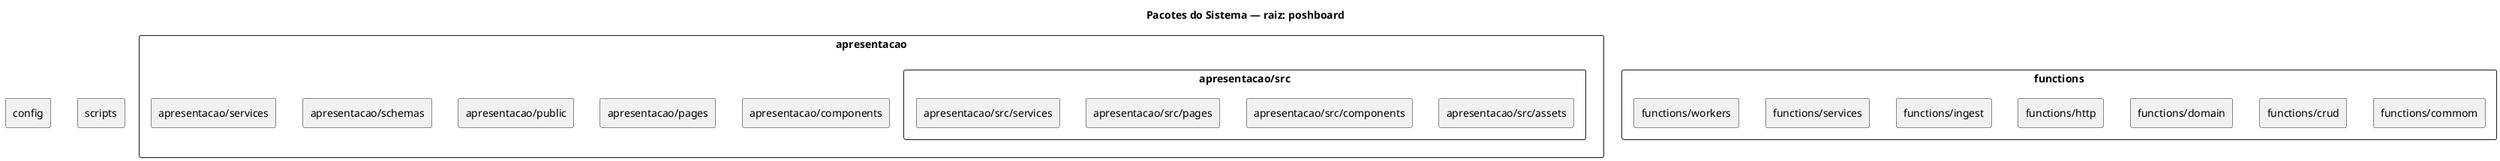
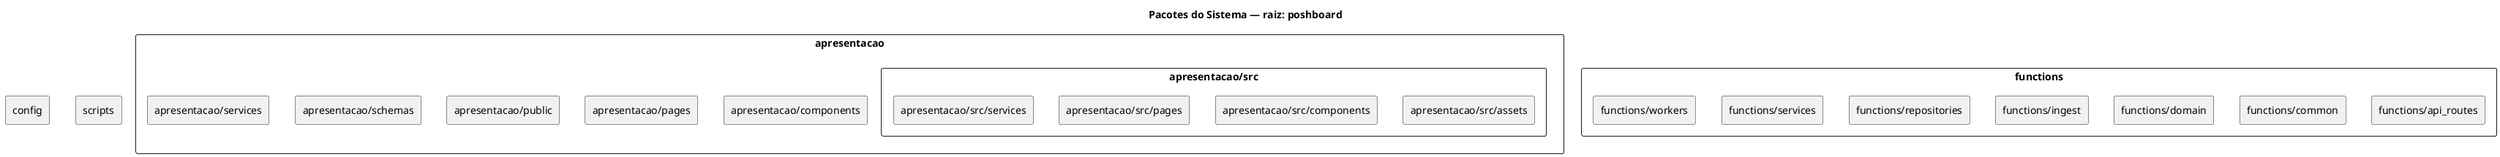
@startuml
title Pacotes do Sistema — raiz: poshboard
skinparam packageStyle rectangle
package "apresentacao" as apresentacao {
  package "apresentacao/components" as apresentacao_components
  package "apresentacao/pages" as apresentacao_pages
  package "apresentacao/public" as apresentacao_public
  package "apresentacao/schemas" as apresentacao_schemas
  package "apresentacao/services" as apresentacao_services
  package "apresentacao/src" as apresentacao_src
}
package "apresentacao/components" as apresentacao_components {
}
package "apresentacao/pages" as apresentacao_pages {
}
package "apresentacao/public" as apresentacao_public {
}
package "apresentacao/schemas" as apresentacao_schemas {
}
package "apresentacao/services" as apresentacao_services {
}
package "apresentacao/src" as apresentacao_src {
  package "apresentacao/src/assets" as apresentacao_src_assets
  package "apresentacao/src/components" as apresentacao_src_components
  package "apresentacao/src/pages" as apresentacao_src_pages
  package "apresentacao/src/services" as apresentacao_src_services
}
package "apresentacao/src/assets" as apresentacao_src_assets {
}
package "apresentacao/src/components" as apresentacao_src_components {
}
package "apresentacao/src/pages" as apresentacao_src_pages {
}
package "apresentacao/src/services" as apresentacao_src_services {
}
package "config" as config {
}
package "functions" as functions {
-   package "functions/commom" as functions_commom
-   package "functions/crud" as functions_crud
+   package "functions/api_routes" as functions_api_routes
+   package "functions/common" as functions_common
  package "functions/domain" as functions_domain
-   package "functions/http" as functions_http
  package "functions/ingest" as functions_ingest
+   package "functions/repositories" as functions_repositories
  package "functions/services" as functions_services
  package "functions/workers" as functions_workers
}
- package "functions/commom" as functions_commom {
+ package "functions/api_routes" as functions_api_routes {
}
- package "functions/crud" as functions_crud {
+ package "functions/common" as functions_common {
}
package "functions/domain" as functions_domain {
}
- package "functions/http" as functions_http {
+ package "functions/ingest" as functions_ingest {
}
- package "functions/ingest" as functions_ingest {
+ package "functions/repositories" as functions_repositories {
}
package "functions/services" as functions_services {
}
package "functions/workers" as functions_workers {
}
package "scripts" as scripts {
}
- @enduml+ @enduml
